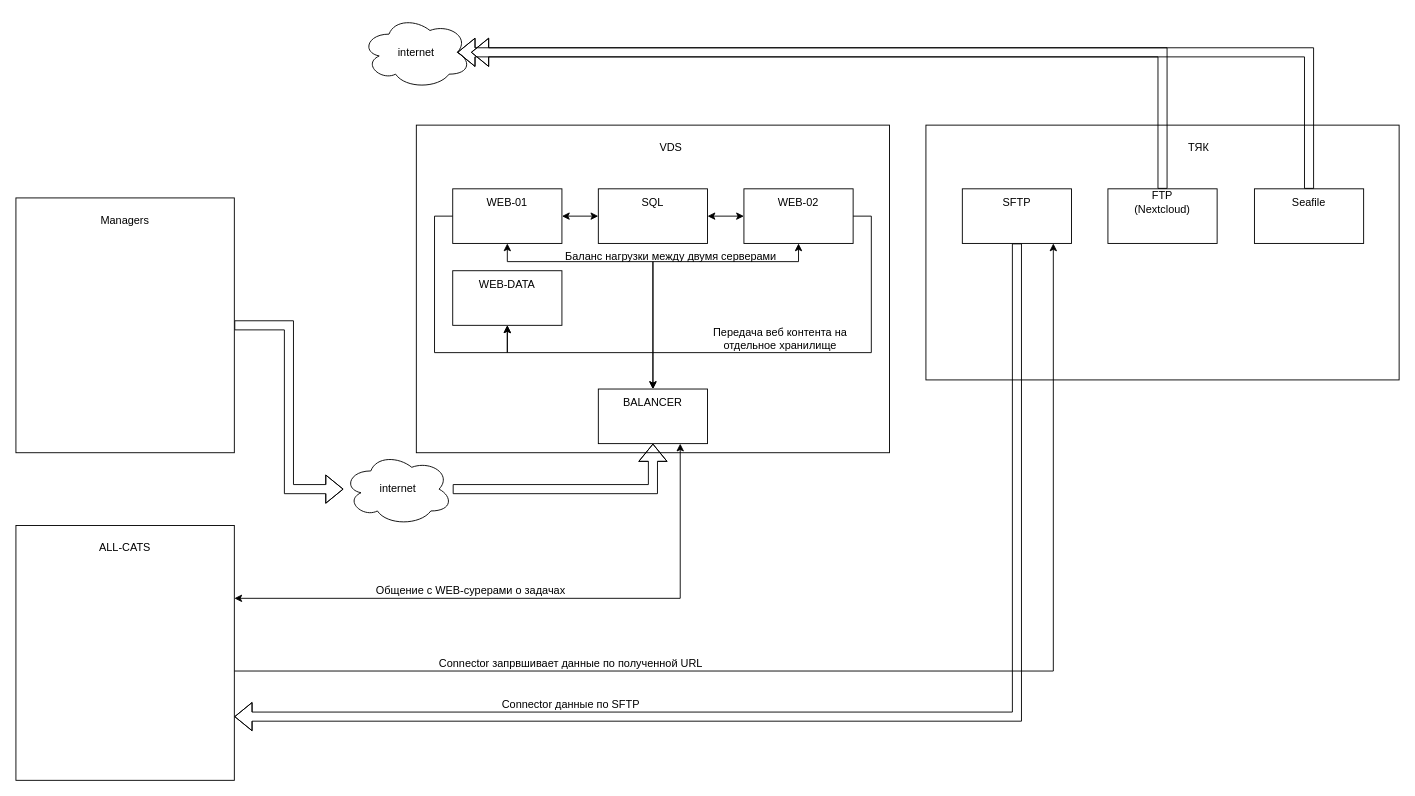
Before: Untitled Diagram.drawio in lex1010011010/a1-network-map, a draw.io diagram. Source tidied: cells renumbered, new cells numbered last; positions are measured from the earlier drawing's top-left corner, leaving out a move shared by most shapes. Both pictures are drawn from the tidied source at 91%, with x=0, y=0 at pixel (15, 15).
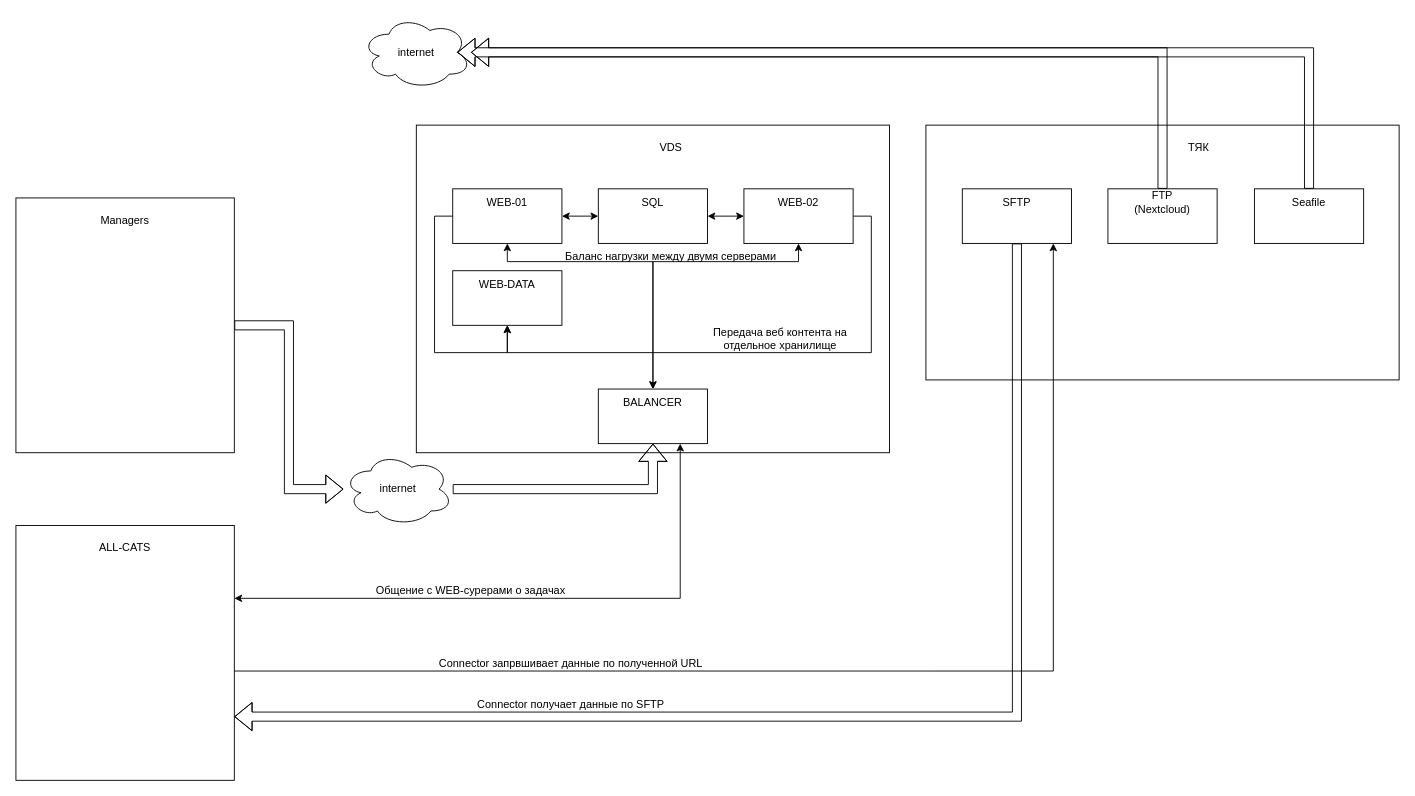
Above is the later version.

Change to the diagram source:
```diff
@@
-    <mxCell id="51" value="Connector данные по SFTP" style="text;html=1;strokeColor=none;fillColor=none;align=center;verticalAlign=middle;whiteSpace=wrap;rounded=0;" parent="1" vertex="1">
+    <mxCell id="51" value="Connector получает данные по SFTP" style="text;html=1;strokeColor=none;fillColor=none;align=center;verticalAlign=middle;whiteSpace=wrap;rounded=0;" parent="1" vertex="1">
       <mxGeometry x="450" y="742" width="320" height="30" as="geometry" />
     </mxCell>
```
